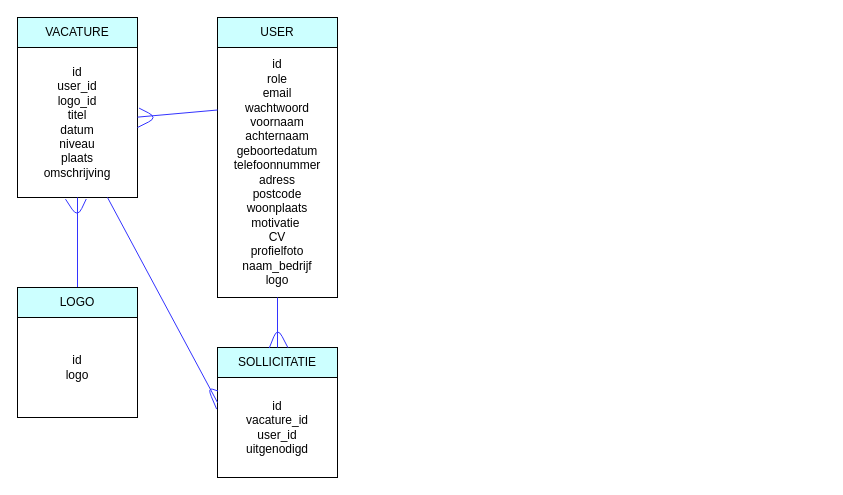
LiekeDeckers/educom-vacIT keeps this draw.io diagram as documents/design/ERD.drawio. Above is the earlier version. Source tidied: cells renumbered, new cells numbered last; positions are measured from the earlier drawing's top-left corner, leaving out a move shared by most shapes. Both pictures are drawn from the tidied source at 100%, with x=0, y=0 at pixel (17, 17).
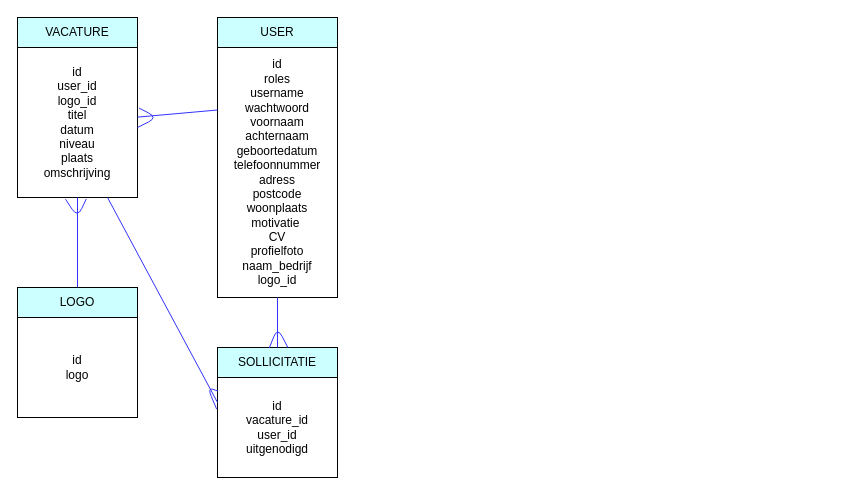
The same diagram, later.

What changed in the source:
```diff
@@
-    <mxCell id="5" value="id&lt;br&gt;role&lt;br&gt;email&lt;br&gt;wachtwoord&lt;br&gt;voornaam&lt;br&gt;achternaam&lt;br&gt;geboortedatum&lt;br&gt;telefoonnummer&lt;br&gt;adress&lt;br&gt;postcode&lt;br&gt;woonplaats&lt;br&gt;motivatie&amp;nbsp;&lt;br&gt;CV&lt;br&gt;profielfoto&lt;br&gt;naam_bedrijf&lt;br&gt;logo" style="rounded=0;whiteSpace=wrap;html=1;strokeColor=#000000;fillColor=#FFFFFF;fontColor=#000000;" parent="1" vertex="1">
+    <mxCell id="5" value="id&lt;br&gt;roles&lt;br&gt;username&lt;br&gt;wachtwoord&lt;br&gt;voornaam&lt;br&gt;achternaam&lt;br&gt;geboortedatum&lt;br&gt;telefoonnummer&lt;br&gt;adress&lt;br&gt;postcode&lt;br&gt;woonplaats&lt;br&gt;motivatie&amp;nbsp;&lt;br&gt;CV&lt;br&gt;profielfoto&lt;br&gt;naam_bedrijf&lt;br&gt;logo_id" style="rounded=0;whiteSpace=wrap;html=1;strokeColor=#000000;fillColor=#FFFFFF;fontColor=#000000;" parent="1" vertex="1">
       <mxGeometry x="200" y="30" width="120" height="250" as="geometry" />
     </mxCell>
```
